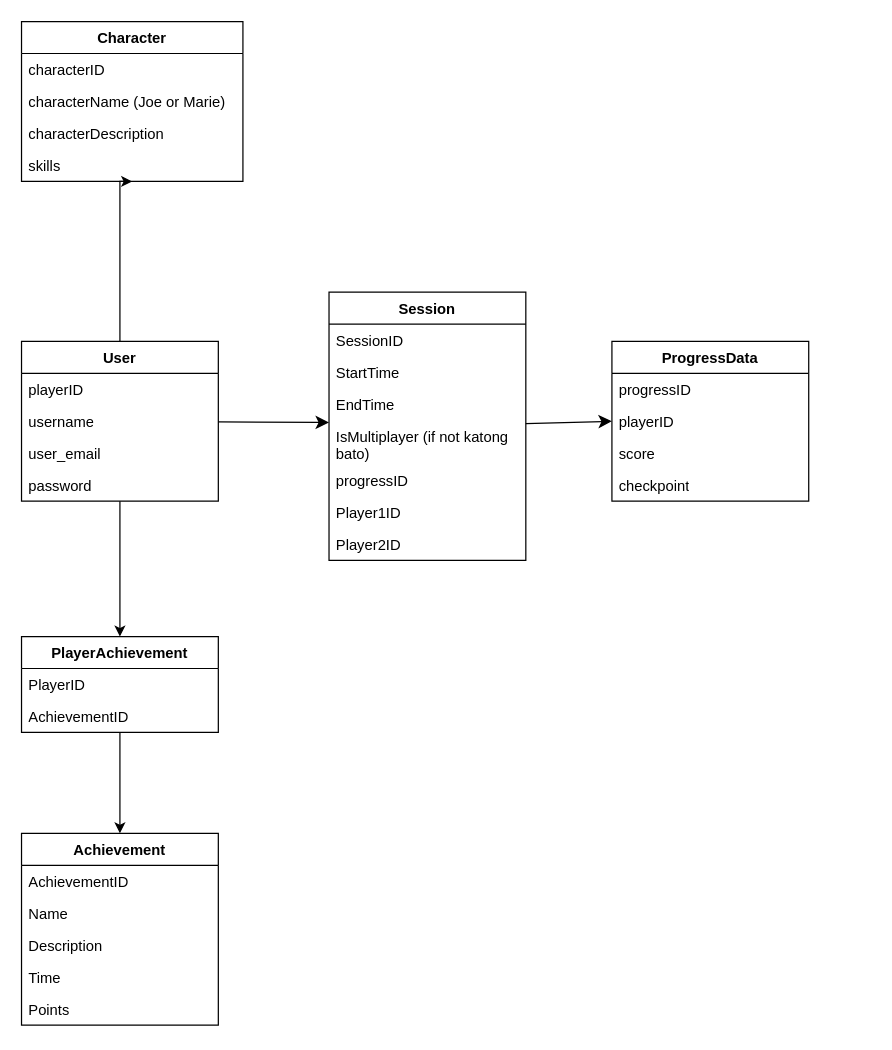
Earlier version of the draw.io diagram Database design and connections.drawio (Smoll05/hardstack-capstone). Source tidied: cells renumbered, new cells numbered last; positions are measured from the earlier drawing's top-left corner, leaving out a move shared by most shapes. Both pictures are drawn from the tidied source at 123%, with x=0, y=0 at pixel (21, 21).
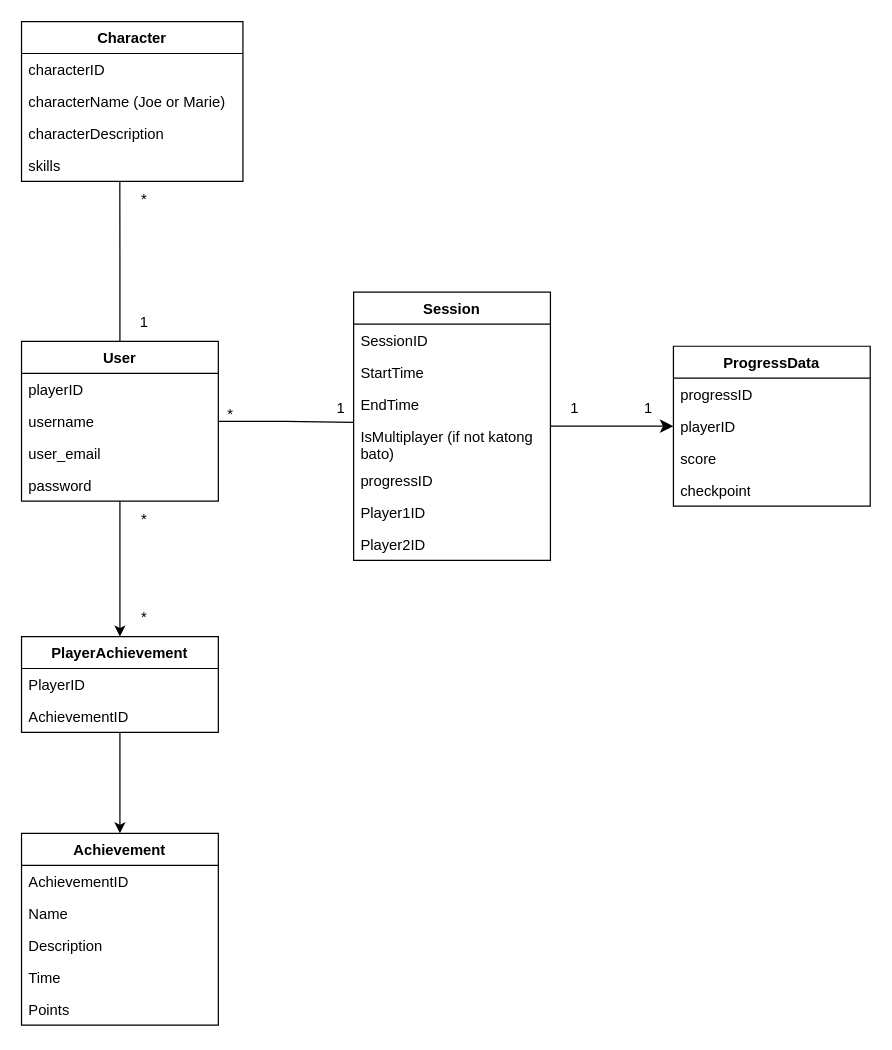
After the change.

Commit message:
Update Database design and connections.drawio -del castillo and tolentino

The change refers to these unchanged cells:
```xml
<mxCell id="4" value="User" style="swimlane;fontStyle=1;align=center;verticalAlign=top;horizontal=1;startSize=26;whiteSpace=wrap;html=1;" parent="1" vertex="1">
  <mxGeometry y="260" width="160" height="130" as="geometry" />
</mxCell>
<mxCell id="9" value="Character" style="swimlane;fontStyle=1;align=center;verticalAlign=top;horizontal=1;startSize=26;whiteSpace=wrap;html=1;" parent="1" vertex="1">
  <mxGeometry width="180" height="130" as="geometry" />
</mxCell>
<mxCell id="13" value="&lt;div&gt;skills&lt;/div&gt;" style="text;strokeColor=none;fillColor=none;align=left;verticalAlign=top;spacingLeft=4;spacingRight=4;overflow=hidden;points=[[0,0.5],[1,0.5]];portConstraint=eastwest;whiteSpace=wrap;html=1;" parent="9" vertex="1">
  <mxGeometry y="104" width="180" height="26" as="geometry" />
</mxCell>
<mxCell id="19" value="IsMultiplayer (if not katong bato)" style="text;strokeColor=none;fillColor=none;align=left;verticalAlign=top;spacingLeft=4;spacingRight=4;overflow=hidden;points=[[0,0.5],[1,0.5]];portConstraint=eastwest;whiteSpace=wrap;html=1;" parent="15" vertex="1">
  <mxGeometry y="104" width="160" height="36" as="geometry" />
</mxCell>
```

The edit, as a diff of the source:
```diff
@@
-    <mxCell id="2" style="edgeStyle=orthogonalEdgeStyle;rounded=0;jettySize=auto;html=1;entryX=0.5;entryY=1;entryDx=0;entryDy=0;" parent="1" edge="1" source="4" target="9">
-      <mxGeometry relative="1" as="geometry">
-        <Array as="points">
-          <mxPoint x="80" y="130" />
-        </Array>
-      </mxGeometry>
-    </mxCell>
@@
     <mxCell id="15" value="Session" style="swimlane;fontStyle=1;align=center;verticalAlign=top;horizontal=1;startSize=26;whiteSpace=wrap;html=1;" parent="1" vertex="1">
-      <mxGeometry x="250" y="220" width="160" height="218" as="geometry" />
+      <mxGeometry x="270" y="220" width="160" height="218" as="geometry" />
     </mxCell>
@@
     <mxCell id="23" value="ProgressData" style="swimlane;fontStyle=1;align=center;verticalAlign=top;horizontal=1;startSize=26;whiteSpace=wrap;html=1;" parent="1" vertex="1">
-      <mxGeometry x="480" y="260" width="160" height="130" as="geometry" />
+      <mxGeometry x="530" y="264" width="160" height="130" as="geometry" />
     </mxCell>
@@
-    <mxCell id="38" style="edgeStyle=none;curved=1;rounded=0;jettySize=auto;html=1;fontSize=12;startSize=8;endSize=8;" parent="1" edge="1" source="4">
-      <mxGeometry relative="1" as="geometry">
-        <mxPoint x="250" y="326" as="targetPoint" />
-      </mxGeometry>
-    </mxCell>
+    <mxCell id="39" style="edgeStyle=orthogonalEdgeStyle;rounded=0;jettySize=auto;html=1;entryX=0.444;entryY=1;entryDx=0;entryDy=0;entryPerimeter=0;endArrow=none;startFill=0;" parent="1" edge="1" source="4" target="13">
+      <mxGeometry relative="1" as="geometry" />
+    </mxCell>
+    <mxCell id="40" style="edgeStyle=orthogonalEdgeStyle;rounded=0;jettySize=auto;html=1;entryX=-0.001;entryY=0.051;entryDx=0;entryDy=0;entryPerimeter=0;endArrow=none;startFill=0;" parent="1" edge="1" source="4" target="19">
+      <mxGeometry relative="1" as="geometry" />
+    </mxCell>
+    <mxCell id="41" value="&lt;div&gt;1&lt;/div&gt;" style="text;strokeColor=none;align=center;fillColor=none;html=1;verticalAlign=middle;whiteSpace=wrap;rounded=0;" parent="1" vertex="1">
+      <mxGeometry x="70" y="230" width="60" height="30" as="geometry" />
+    </mxCell>
+    <mxCell id="42" value="*" style="text;strokeColor=none;align=center;fillColor=none;html=1;verticalAlign=middle;whiteSpace=wrap;rounded=0;" parent="1" vertex="1">
+      <mxGeometry x="70" y="130" width="60" height="30" as="geometry" />
+    </mxCell>
+    <mxCell id="43" value="&lt;div&gt;1&lt;/div&gt;" style="text;strokeColor=none;align=center;fillColor=none;html=1;verticalAlign=middle;whiteSpace=wrap;rounded=0;" parent="1" vertex="1">
+      <mxGeometry x="230" y="300" width="60" height="30" as="geometry" />
+    </mxCell>
+    <mxCell id="44" value="*" style="text;strokeColor=none;align=center;fillColor=none;html=1;verticalAlign=middle;whiteSpace=wrap;rounded=0;" parent="1" vertex="1">
+      <mxGeometry x="140" y="305" width="60" height="30" as="geometry" />
+    </mxCell>
+    <mxCell id="45" value="&lt;div&gt;1&lt;/div&gt;" style="text;strokeColor=none;align=center;fillColor=none;html=1;verticalAlign=middle;whiteSpace=wrap;rounded=0;" parent="1" vertex="1">
+      <mxGeometry x="420" y="300" width="60" height="30" as="geometry" />
+    </mxCell>
+    <mxCell id="46" value="1" style="text;strokeColor=none;align=center;fillColor=none;html=1;verticalAlign=middle;whiteSpace=wrap;rounded=0;" parent="1" vertex="1">
+      <mxGeometry x="480" y="300" width="60" height="30" as="geometry" />
+    </mxCell>
+    <mxCell id="47" value="*" style="text;strokeColor=none;align=center;fillColor=none;html=1;verticalAlign=middle;whiteSpace=wrap;rounded=0;" parent="1" vertex="1">
+      <mxGeometry x="70" y="390" width="60" height="30" as="geometry" />
+    </mxCell>
+    <mxCell id="48" value="*" style="text;strokeColor=none;align=center;fillColor=none;html=1;verticalAlign=middle;whiteSpace=wrap;rounded=0;" parent="1" vertex="1">
+      <mxGeometry x="70" y="470" width="60" height="30" as="geometry" />
+    </mxCell>
```
